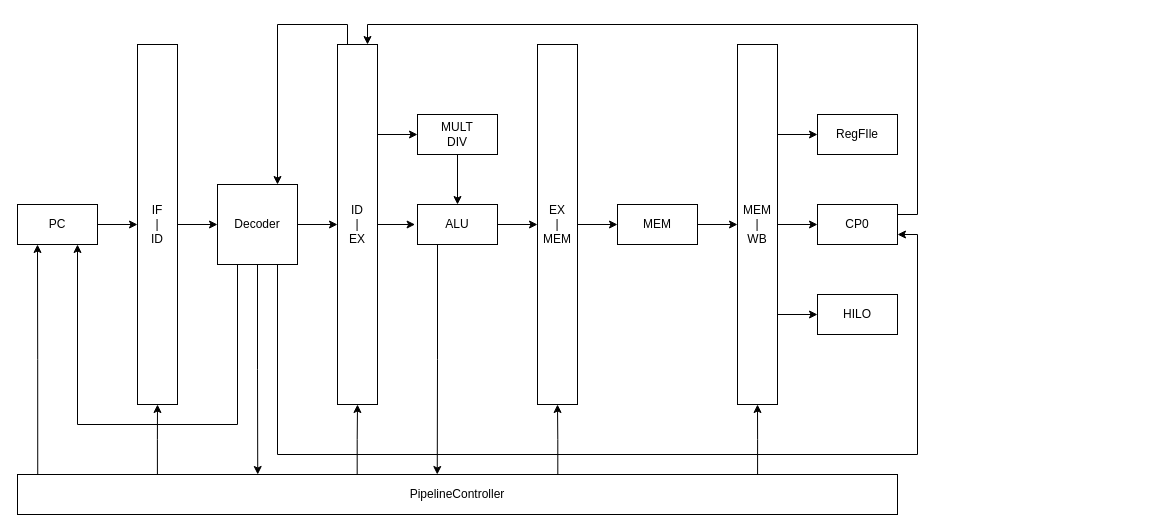
Before: CS/TinyMIPS/TinyMIPSIII.drawio in umiskky/Diagrams, a draw.io diagram. Source tidied: cells renumbered, new cells numbered last; positions are measured from the earlier drawing's top-left corner, leaving out a move shared by most shapes. Both pictures are drawn from the tidied source at 100%, with x=0, y=0 at pixel (17, 24).
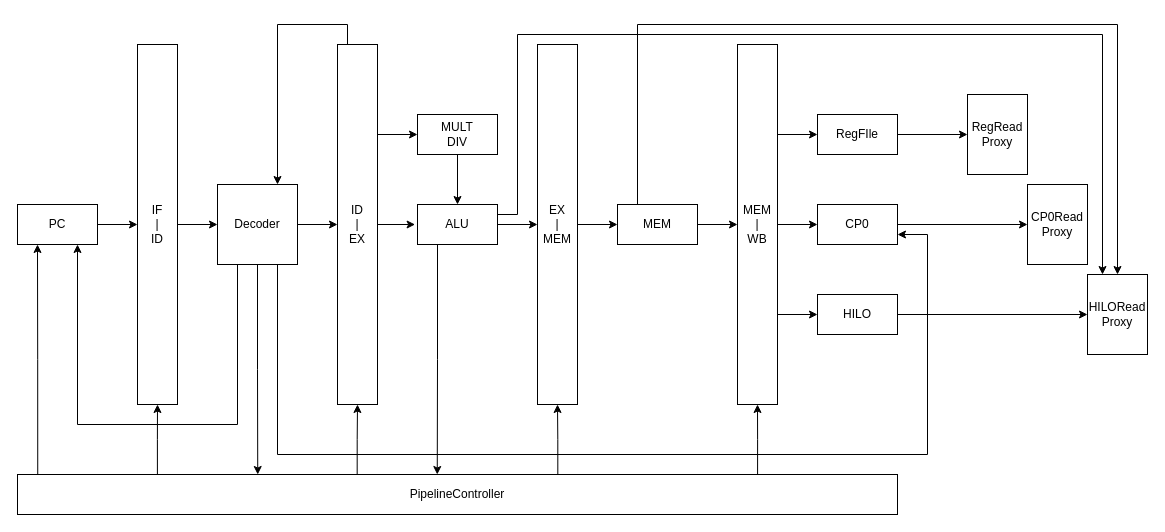
The same diagram, later.

Unchanged cells that the change refers to:
```xml
<mxCell id="13" value="ID&lt;br&gt;|&lt;br&gt;EX" style="rounded=0;whiteSpace=wrap;html=1;" parent="1" vertex="1">
  <mxGeometry x="320" y="20" width="40" height="360" as="geometry" />
</mxCell>
<mxCell id="26" value="Decoder" style="rounded=0;whiteSpace=wrap;html=1;" parent="1" vertex="1">
  <mxGeometry x="200" y="160" width="80" height="80" as="geometry" />
</mxCell>
<mxCell id="31" value="ALU" style="rounded=0;whiteSpace=wrap;html=1;" parent="1" vertex="1">
  <mxGeometry x="400" y="180" width="80" height="40" as="geometry" />
</mxCell>
<mxCell id="33" value="MEM" style="rounded=0;whiteSpace=wrap;html=1;" parent="1" vertex="1">
  <mxGeometry x="600" y="180" width="80" height="40" as="geometry" />
</mxCell>
<mxCell id="34" value="RegFIle" style="rounded=0;whiteSpace=wrap;html=1;" parent="1" vertex="1">
  <mxGeometry x="800" y="90" width="80" height="40" as="geometry" />
</mxCell>
<mxCell id="36" value="CP0" style="rounded=0;whiteSpace=wrap;html=1;" parent="1" vertex="1">
  <mxGeometry x="800" y="180" width="80" height="40" as="geometry" />
</mxCell>
<mxCell id="37" value="HILO" style="rounded=0;whiteSpace=wrap;html=1;" parent="1" vertex="1">
  <mxGeometry x="800" y="270" width="80" height="40" as="geometry" />
</mxCell>
```

Diff of the diagram source:
```diff
@@
     <mxCell id="25" style="edgeStyle=orthogonalEdgeStyle;rounded=0;jettySize=auto;html=1;exitX=0.75;exitY=1;exitDx=0;exitDy=0;entryX=1;entryY=0.75;entryDx=0;entryDy=0;" parent="1" edge="1" source="26" target="36">
       <mxGeometry relative="1" as="geometry">
         <Array as="points">
           <mxPoint x="260" y="430" />
-          <mxPoint x="900" y="430" />
-          <mxPoint x="900" y="210" />
+          <mxPoint x="910" y="430" />
+          <mxPoint x="910" y="210" />
         </Array>
       </mxGeometry>
     </mxCell>
@@
+    <mxCell id="38" style="edgeStyle=orthogonalEdgeStyle;rounded=0;jettySize=auto;html=1;exitX=1;exitY=0.25;exitDx=0;exitDy=0;entryX=0.25;entryY=0;entryDx=0;entryDy=0;" parent="1" edge="1" source="31" target="45">
+      <mxGeometry relative="1" as="geometry">
+        <Array as="points">
+          <mxPoint x="500" y="190" />
+          <mxPoint x="500" y="10" />
+          <mxPoint x="1085" y="10" />
+        </Array>
+      </mxGeometry>
+    </mxCell>
@@
+    <mxCell id="39" style="edgeStyle=orthogonalEdgeStyle;rounded=0;jettySize=auto;html=1;exitX=0.25;exitY=0;exitDx=0;exitDy=0;entryX=0.5;entryY=0;entryDx=0;entryDy=0;" parent="1" edge="1" source="33" target="45">
+      <mxGeometry relative="1" as="geometry">
+        <Array as="points">
+          <mxPoint x="620" />
+          <mxPoint x="1100" />
+        </Array>
+      </mxGeometry>
+    </mxCell>
@@
+    <mxCell id="40" style="edgeStyle=orthogonalEdgeStyle;rounded=0;jettySize=auto;html=1;exitX=1;exitY=0.5;exitDx=0;exitDy=0;entryX=0;entryY=0.5;entryDx=0;entryDy=0;" parent="1" edge="1" source="34" target="43">
+      <mxGeometry relative="1" as="geometry" />
+    </mxCell>
@@
-    <mxCell id="35" style="edgeStyle=orthogonalEdgeStyle;rounded=0;jettySize=auto;html=1;exitX=1;exitY=0.25;exitDx=0;exitDy=0;entryX=0.75;entryY=0;entryDx=0;entryDy=0;" parent="1" edge="1" source="36" target="13">
-      <mxGeometry relative="1" as="geometry">
-        <Array as="points">
-          <mxPoint x="900" y="190" />
-          <mxPoint x="900" />
-          <mxPoint x="350" />
-        </Array>
-      </mxGeometry>
-    </mxCell>
+    <mxCell id="41" style="edgeStyle=orthogonalEdgeStyle;rounded=0;jettySize=auto;html=1;exitX=1;exitY=0.5;exitDx=0;exitDy=0;entryX=0;entryY=0.5;entryDx=0;entryDy=0;" parent="1" edge="1" source="36" target="44">
+      <mxGeometry relative="1" as="geometry" />
+    </mxCell>
@@
+    <mxCell id="42" style="edgeStyle=orthogonalEdgeStyle;rounded=0;jettySize=auto;html=1;exitX=1;exitY=0.5;exitDx=0;exitDy=0;entryX=0;entryY=0.5;entryDx=0;entryDy=0;" parent="1" edge="1" source="37" target="45">
+      <mxGeometry relative="1" as="geometry" />
+    </mxCell>
@@
+    <mxCell id="43" value="RegRead&lt;br&gt;Proxy" style="rounded=0;whiteSpace=wrap;html=1;" parent="1" vertex="1">
+      <mxGeometry x="950" y="70" width="60" height="80" as="geometry" />
+    </mxCell>
+    <mxCell id="44" value="CP0Read&lt;br&gt;Proxy" style="rounded=0;whiteSpace=wrap;html=1;" parent="1" vertex="1">
+      <mxGeometry x="1010" y="160" width="60" height="80" as="geometry" />
+    </mxCell>
+    <mxCell id="45" value="HILORead&lt;br&gt;Proxy" style="rounded=0;whiteSpace=wrap;html=1;" parent="1" vertex="1">
+      <mxGeometry x="1070" y="250" width="60" height="80" as="geometry" />
+    </mxCell>
```
